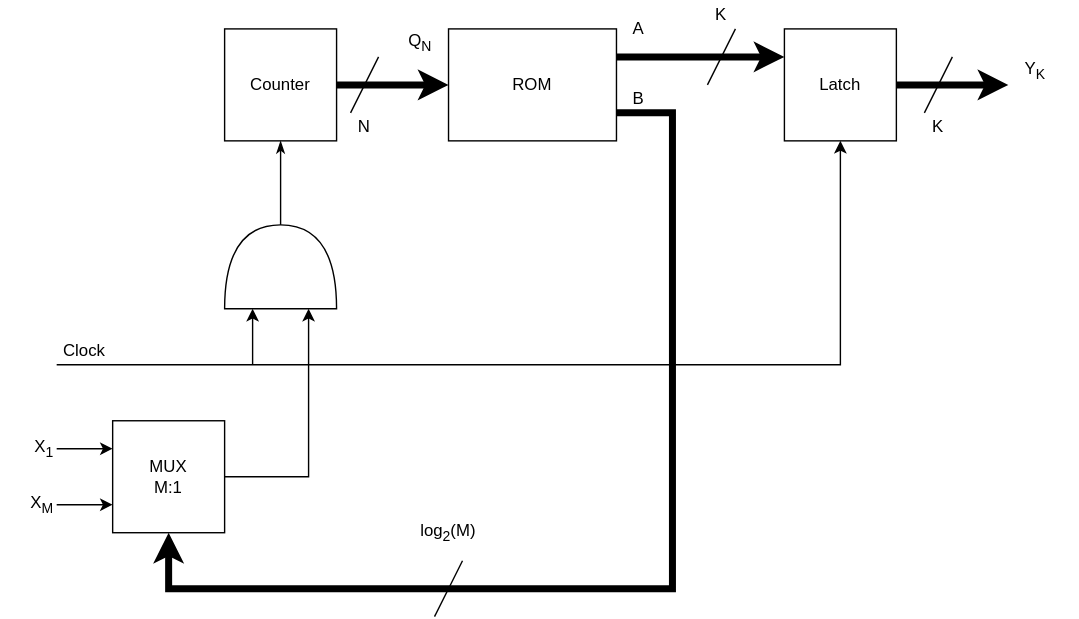
The draw.io diagram assets/images/seq/rom_counter.svg in CircuitVerse/Interactive-Book, before a commit. Source tidied: cells renumbered, new cells last; positions are measured from the earlier drawing's top-left corner, leaving out a move shared by most shapes.
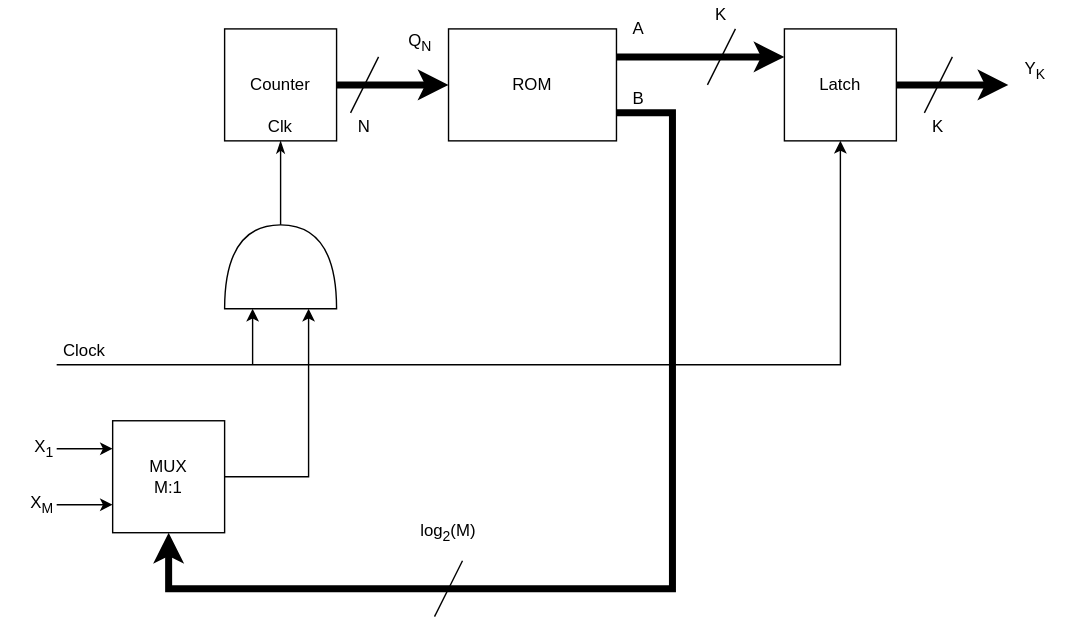
After the commit.

Diff of the diagram source:
```diff
@@ -128,5 +128,8 @@
     <mxCell id="31" value="K" style="text;html=1;strokeColor=none;fillColor=none;align=center;verticalAlign=middle;whiteSpace=wrap;rounded=0;" parent="1" vertex="1">
       <mxGeometry x="660" y="80" width="20" height="20" as="geometry" />
     </mxCell>
+    <mxCell id="32" value="Clk" style="text;html=1;strokeColor=none;fillColor=none;align=center;verticalAlign=middle;whiteSpace=wrap;rounded=0;" parent="1" vertex="1">
+      <mxGeometry x="180" y="80" width="40" height="20" as="geometry" />
+    </mxCell>
   </root>
 </mxGraphModel>
```
